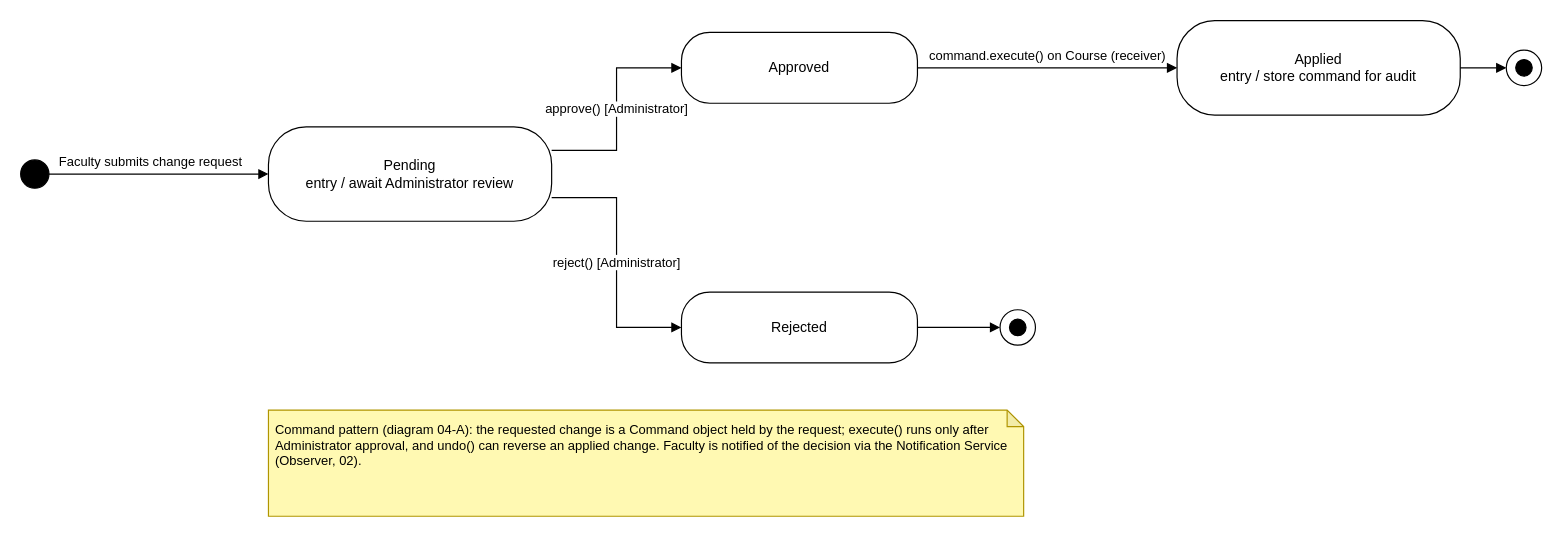
This is Diagrams/State_diagrams/state-2-course-change-request.drawio from Tharusha-dev/soft_architect_redda, a draw.io file, before an edit. Source tidied: cells renumbered, new cells numbered last; positions are measured from the earlier drawing's top-left corner, leaving out a move shared by most shapes. Both pictures are drawn from the tidied source at 118%, with x=0, y=0 at pixel (20, 20).
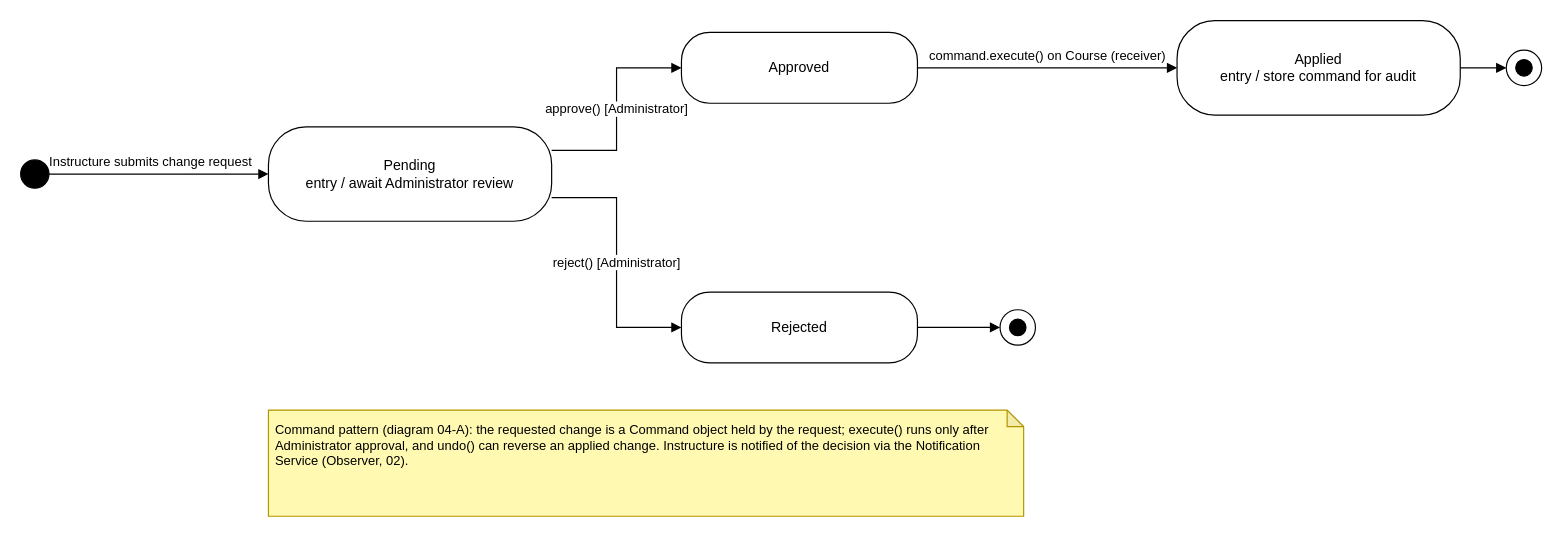
The same diagram, later.

Commit message (it also covers changes not shown here):
feat: changed faculty user to instructor

Unchanged cells that the change refers to:
```xml
<mxCell id="2" style="ellipse;html=1;fillColor=#000000;strokeColor=#000000;" parent="1" vertex="1">
  <mxGeometry y="118" width="24" height="24" as="geometry" />
</mxCell>
<mxCell id="3" value="Pending&#10;entry / await Administrator review" style="rounded=1;whiteSpace=wrap;html=1;arcSize=40;verticalAlign=middle;" parent="1" vertex="1">
  <mxGeometry x="210" y="90" width="240" height="80" as="geometry" />
</mxCell>
```

Diff of the diagram source:
```diff
@@
-    <mxCell id="11" value="Faculty submits change request" style="html=1;endArrow=block;endFill=1;rounded=0;fontSize=11;exitX=1;exitY=0.5;exitDx=0;exitDy=0;entryX=0;entryY=0.5;entryDx=0;entryDy=0;" parent="1" edge="1" source="2" target="3">
+    <mxCell id="11" value="Instructure submits change request" style="html=1;endArrow=block;endFill=1;rounded=0;fontSize=11;exitX=1;exitY=0.5;exitDx=0;exitDy=0;entryX=0;entryY=0.5;entryDx=0;entryDy=0;" parent="1" edge="1" source="2" target="3">
       <mxGeometry x="-0.08" y="10" relative="1" as="geometry" />
     </mxCell>
@@
-    <mxCell id="17" value="Command pattern (diagram 04-A): the requested change is a Command object held by the request; execute() runs only after Administrator approval, and undo() can reverse an applied change. Faculty is notified of the decision via the Notification Service (Observer, 02)." style="shape=note;whiteSpace=wrap;html=1;backgroundOutline=1;darkOpacity=0.05;fillColor=#FFF9B2;strokeColor=#B09500;size=14;align=left;verticalAlign=top;spacing=6;fontSize=11;" parent="1" vertex="1">
+    <mxCell id="17" value="Command pattern (diagram 04-A): the requested change is a Command object held by the request; execute() runs only after Administrator approval, and undo() can reverse an applied change. Instructure is notified of the decision via the Notification Service (Observer, 02)." style="shape=note;whiteSpace=wrap;html=1;backgroundOutline=1;darkOpacity=0.05;fillColor=#FFF9B2;strokeColor=#B09500;size=14;align=left;verticalAlign=top;spacing=6;fontSize=11;" parent="1" vertex="1">
       <mxGeometry x="210" y="330" width="640" height="90" as="geometry" />
     </mxCell>
```
